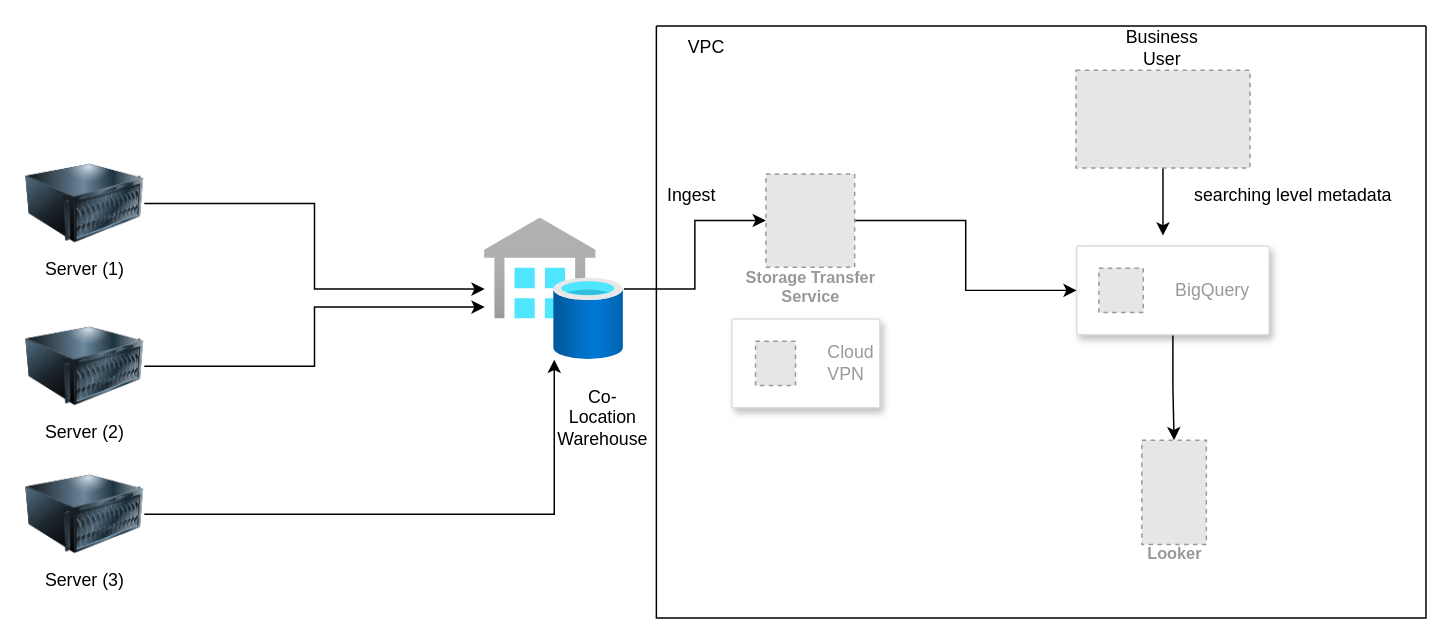
The draw.io diagram GCP_BSS.drawio in FaberioFio/test_azure, before the edit. Source tidied: cells renumbered, new cells numbered last; positions are measured from the earlier drawing's top-left corner, leaving out a move shared by most shapes. Both pictures are drawn from the tidied source at 148%, with x=0, y=0 at pixel (25, 25). Pictures stored in the file or linked from it are replaced by grey dashed boxes.
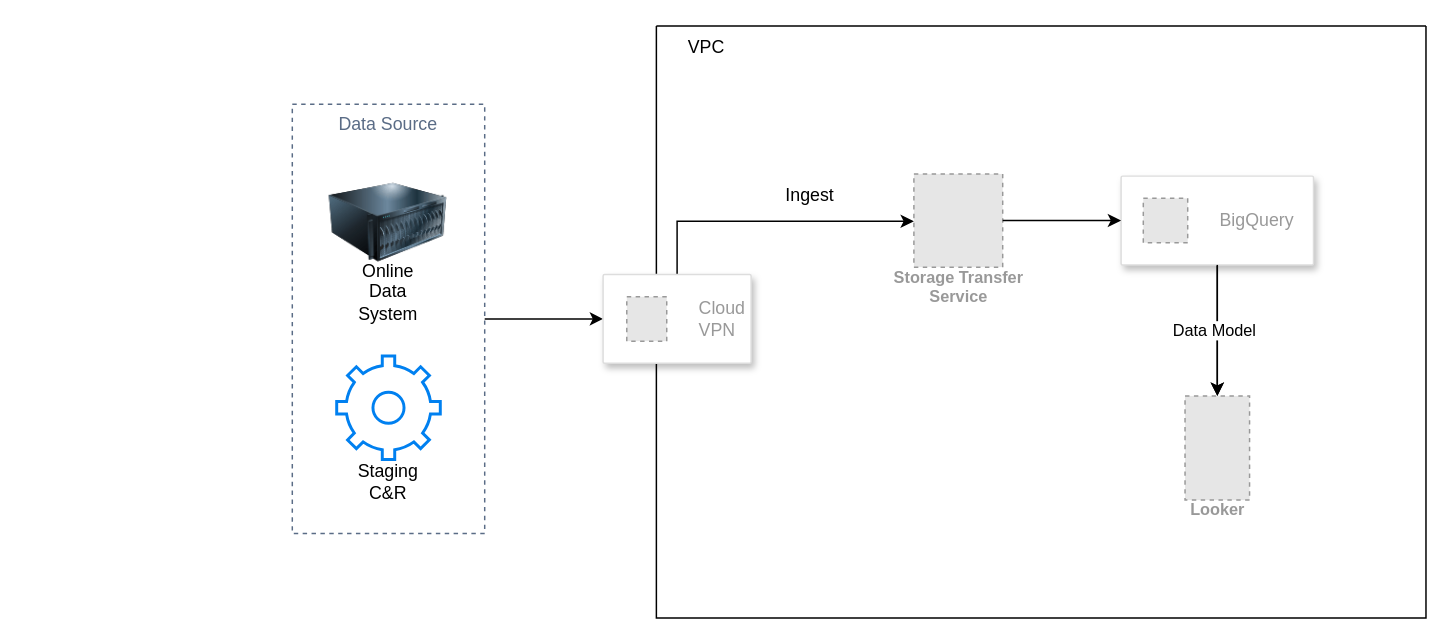
After the change.

Change to the diagram source:
```diff
@@
-    <mxCell id="2" style="group;" parent="1" vertex="1">
-      <mxGeometry y="80" width="80" height="100" as="geometry" />
-    </mxCell>
-    <mxCell id="3" style="image;html=1;image=img/lib/clip_art/computers/Server_128x128.png;" parent="2" vertex="1">
-      <mxGeometry width="80" height="80" as="geometry" />
-    </mxCell>
-    <mxCell id="4" value="Server (1)" style="text;html=1;align=center;verticalAlign=middle;whiteSpace=wrap;rounded=0;" parent="2" vertex="1">
-      <mxGeometry x="10" y="70" width="60" height="30" as="geometry" />
-    </mxCell>
-    <mxCell id="5" style="group;" parent="1" vertex="1">
-      <mxGeometry y="190" width="80" height="100" as="geometry" />
-    </mxCell>
-    <mxCell id="6" style="image;html=1;image=img/lib/clip_art/computers/Server_128x128.png;" parent="5" vertex="1">
-      <mxGeometry width="80" height="80" as="geometry" />
-    </mxCell>
-    <mxCell id="7" value="Server (2)" style="text;html=1;align=center;verticalAlign=middle;whiteSpace=wrap;rounded=0;" parent="5" vertex="1">
-      <mxGeometry x="10" y="70" width="60" height="30" as="geometry" />
-    </mxCell>
-    <mxCell id="8" style="group;" parent="1" vertex="1">
-      <mxGeometry y="290" width="80" height="100" as="geometry" />
-    </mxCell>
-    <mxCell id="9" style="image;html=1;image=img/lib/clip_art/computers/Server_128x128.png;" parent="8" vertex="1">
-      <mxGeometry width="80" height="80" as="geometry" />
-    </mxCell>
-    <mxCell id="10" value="Server (3)" style="text;html=1;align=center;verticalAlign=middle;whiteSpace=wrap;rounded=0;" parent="8" vertex="1">
-      <mxGeometry x="10" y="70" width="60" height="30" as="geometry" />
-    </mxCell>
-    <mxCell id="11" style="edgeStyle=orthogonalEdgeStyle;rounded=0;jettySize=auto;html=1;" parent="1" edge="1" source="12" target="26">
-      <mxGeometry relative="1" as="geometry" />
-    </mxCell>
-    <mxCell id="12" style="image;html=1;points=[];align=center;fontSize=12;image=img/lib/azure2/databases/SQL_Data_Warehouses.svg;" parent="1" vertex="1">
-      <mxGeometry x="310" y="130" width="94" height="95.5" as="geometry" />
-    </mxCell>
-    <mxCell id="13" style="edgeStyle=orthogonalEdgeStyle;rounded=0;jettySize=auto;html=1;entryX=0;entryY=0.628;entryDx=0;entryDy=0;entryPerimeter=0;" parent="1" edge="1" source="6" target="12">
-      <mxGeometry relative="1" as="geometry" />
-    </mxCell>
-    <mxCell id="14" style="edgeStyle=orthogonalEdgeStyle;rounded=0;jettySize=auto;html=1;" parent="1" edge="1" source="9" target="12">
-      <mxGeometry relative="1" as="geometry">
-        <Array as="points">
-          <mxPoint x="357" y="330" />
-        </Array>
-      </mxGeometry>
-    </mxCell>
-    <mxCell id="15" style="edgeStyle=orthogonalEdgeStyle;rounded=0;jettySize=auto;html=1;" parent="1" edge="1" source="3" target="12">
-      <mxGeometry relative="1" as="geometry" />
-    </mxCell>
-    <mxCell id="16" value="Co-Location Warehouse" style="text;html=1;align=center;verticalAlign=middle;whiteSpace=wrap;rounded=0;" parent="1" vertex="1">
-      <mxGeometry x="360" y="250" width="60" height="30" as="geometry" />
-    </mxCell>
-    <mxCell id="17" style="edgeStyle=orthogonalEdgeStyle;rounded=0;jettySize=auto;html=1;" parent="1" edge="1" source="18">
-      <mxGeometry relative="1" as="geometry">
-        <mxPoint x="768.3" y="141.7" as="targetPoint" />
-      </mxGeometry>
-    </mxCell>
-    <mxCell id="18" style="fillColor=#E6E6E6;strokeColor=#999999;dashed=1;verticalLabelPosition=bottom;labelBackgroundColor=default;verticalAlign=top;" parent="1" vertex="1">
-      <mxGeometry x="709.5" y="30" width="117.6" height="66" as="geometry" />
-    </mxCell>
-    <mxCell id="19" value="Business User" style="text;html=1;align=center;verticalAlign=middle;whiteSpace=wrap;rounded=0;" parent="1" vertex="1">
-      <mxGeometry x="738.3" width="60" height="30" as="geometry" />
-    </mxCell>
-    <mxCell id="20" value="Ingest" style="text;html=1;align=center;verticalAlign=middle;whiteSpace=wrap;rounded=0;" parent="1" vertex="1">
-      <mxGeometry x="420" y="100" width="60" height="30" as="geometry" />
-    </mxCell>
-    <mxCell id="21" value="searching level metadata" style="text;html=1;align=center;verticalAlign=middle;whiteSpace=wrap;rounded=0;" parent="1" vertex="1">
-      <mxGeometry x="767.1" y="100" width="178.9" height="30" as="geometry" />
-    </mxCell>
-    <mxCell id="22" style="edgeStyle=orthogonalEdgeStyle;rounded=0;jettySize=auto;html=1;" parent="1" edge="1" source="23" target="27">
-      <mxGeometry relative="1" as="geometry" />
-    </mxCell>
+    <mxCell id="30" style="swimlane;startSize=0;" parent="1" vertex="1">
+      <mxGeometry x="426" width="520" height="400" as="geometry" />
+    </mxCell>
+    <mxCell id="31" value="VPC" style="text;html=1;align=center;verticalAlign=middle;whiteSpace=wrap;rounded=0;" parent="30" vertex="1">
+      <mxGeometry x="4" width="60" height="30" as="geometry" />
+    </mxCell>
+    <mxCell id="32" style="edgeStyle=orthogonalEdgeStyle;rounded=0;jettySize=auto;html=1;" parent="30" edge="1" source="23" target="27">
+      <mxGeometry relative="1" as="geometry" />
+    </mxCell>
-    <mxCell id="23" style="strokeColor=#dddddd;shadow=1;strokeWidth=1;rounded=1;absoluteArcSize=1;arcSize=2;" parent="1" vertex="1">
-      <mxGeometry x="710" y="148.7" width="130" height="60" as="geometry" />
+    <mxCell id="23" style="strokeColor=#dddddd;shadow=1;strokeWidth=1;rounded=1;absoluteArcSize=1;arcSize=2;" parent="30" vertex="1">
+      <mxGeometry x="314" y="101.5" width="130" height="60" as="geometry" />
     </mxCell>
@@
+    <mxCell id="27" value="Looker" style="fillColor=#E6E6E6;strokeColor=#999999;dashed=1;html=1;verticalAlign=top;labelPosition=center;verticalLabelPosition=bottom;align=center;spacingTop=-6;fontSize=11;fontStyle=1;fontColor=#999999;" parent="30" vertex="1">
+      <mxGeometry x="357.2" y="250" width="43.6" height="70.4" as="geometry" />
+    </mxCell>
+    <mxCell id="22" style="edgeStyle=orthogonalEdgeStyle;rounded=0;jettySize=auto;html=1;" parent="30" edge="1" source="23">
+      <mxGeometry relative="1" as="geometry">
+        <mxPoint x="379" y="250" as="targetPoint" />
+      </mxGeometry>
+    </mxCell>
+    <mxCell id="33" value="Data Model" style="edgeLabel;html=1;align=center;verticalAlign=middle;" parent="22" vertex="1">
+      <mxGeometry x="-0.01" y="-2" relative="1" as="geometry">
+        <mxPoint x="-2" y="-2" as="offset" />
+      </mxGeometry>
+    </mxCell>
+    <mxCell id="26" value="Storage Transfer&#10;Service" style="fillColor=#E6E6E6;strokeColor=#999999;dashed=1;html=1;verticalAlign=top;labelPosition=center;verticalLabelPosition=bottom;align=center;spacingTop=-6;fontSize=11;fontStyle=1;fontColor=#999999;" parent="30" vertex="1">
+      <mxGeometry x="174" y="100" width="60" height="63" as="geometry" />
+    </mxCell>
-    <mxCell id="25" style="edgeStyle=orthogonalEdgeStyle;rounded=0;jettySize=auto;html=1;entryX=0;entryY=0.5;entryDx=0;entryDy=0;" parent="1" edge="1" source="26" target="23">
+    <mxCell id="25" style="edgeStyle=orthogonalEdgeStyle;rounded=0;jettySize=auto;html=1;entryX=0;entryY=0.5;entryDx=0;entryDy=0;" parent="30" edge="1" source="26" target="23">
       <mxGeometry relative="1" as="geometry" />
     </mxCell>
-    <mxCell id="26" value="Storage Transfer&#10;Service" style="fillColor=#E6E6E6;strokeColor=#999999;dashed=1;html=1;verticalAlign=top;labelPosition=center;verticalLabelPosition=bottom;align=center;spacingTop=-6;fontSize=11;fontStyle=1;fontColor=#999999;" parent="1" vertex="1">
-      <mxGeometry x="500" y="100" width="60" height="63" as="geometry" />
-    </mxCell>
-    <mxCell id="27" value="Looker" style="fillColor=#E6E6E6;strokeColor=#999999;dashed=1;html=1;verticalAlign=top;labelPosition=center;verticalLabelPosition=bottom;align=center;spacingTop=-6;fontSize=11;fontStyle=1;fontColor=#999999;" parent="1" vertex="1">
-      <mxGeometry x="754" y="280" width="43.6" height="70.4" as="geometry" />
-    </mxCell>
+    <mxCell id="20" value="Ingest" style="text;html=1;align=center;verticalAlign=middle;whiteSpace=wrap;rounded=0;" parent="30" vertex="1">
+      <mxGeometry x="74" y="100" width="60" height="30" as="geometry" />
+    </mxCell>
+    <mxCell id="34" style="group;" parent="1" vertex="1">
+      <mxGeometry x="180" y="53" width="130" height="290" as="geometry" />
+    </mxCell>
+    <mxCell id="35" style="group;" parent="34" vertex="1">
+      <mxGeometry x="25" y="40" width="105" height="250" as="geometry" />
+    </mxCell>
+    <mxCell id="36" style="image;html=1;image=img/lib/clip_art/computers/Server_128x128.png;" parent="35" vertex="1">
+      <mxGeometry width="80" height="80" as="geometry" />
+    </mxCell>
+    <mxCell id="37" value="Online Data System" style="text;html=1;align=center;verticalAlign=middle;whiteSpace=wrap;rounded=0;" parent="35" vertex="1">
+      <mxGeometry x="10" y="72" width="60" height="30" as="geometry" />
+    </mxCell>
+    <mxCell id="38" style="html=1;verticalLabelPosition=bottom;align=center;labelBackgroundColor=#ffffff;verticalAlign=top;strokeWidth=2;strokeColor=#0080F0;shadow=0;dashed=0;shape=mxgraph.ios7.icons.settings;" parent="35" vertex="1">
+      <mxGeometry x="5" y="130" width="70" height="70" as="geometry" />
+    </mxCell>
+    <mxCell id="39" value="Staging C&amp;amp;R" style="text;html=1;align=center;verticalAlign=middle;whiteSpace=wrap;rounded=0;" parent="35" vertex="1">
+      <mxGeometry x="10" y="200" width="60" height="30" as="geometry" />
+    </mxCell>
+    <mxCell id="40" value="Data Source" style="fillColor=none;strokeColor=#5A6C86;dashed=1;verticalAlign=top;fontStyle=0;fontColor=#5A6C86;whiteSpace=wrap;html=1;" parent="34" vertex="1">
+      <mxGeometry width="130" height="290" as="geometry" />
+    </mxCell>
+    <mxCell id="41" style="edgeStyle=orthogonalEdgeStyle;rounded=0;jettySize=auto;html=1;entryX=0;entryY=0.5;entryDx=0;entryDy=0;" parent="1" edge="1" source="40" target="28">
+      <mxGeometry relative="1" as="geometry" />
+    </mxCell>
+    <mxCell id="42" style="edgeStyle=orthogonalEdgeStyle;rounded=0;jettySize=auto;html=1;" parent="1" edge="1" target="28">
+      <mxGeometry relative="1" as="geometry">
+        <mxPoint x="429" y="202" as="sourcePoint" />
+      </mxGeometry>
+    </mxCell>
+    <mxCell id="43" style="edgeStyle=orthogonalEdgeStyle;rounded=0;jettySize=auto;html=1;" parent="1" edge="1" source="28" target="26">
+      <mxGeometry relative="1" as="geometry">
+        <Array as="points">
+          <mxPoint x="440" y="132" />
+        </Array>
+      </mxGeometry>
+    </mxCell>
     <mxCell id="28" style="strokeColor=#dddddd;shadow=1;strokeWidth=1;rounded=1;absoluteArcSize=1;arcSize=2;" parent="1" vertex="1">
-      <mxGeometry x="477" y="198" width="100" height="60" as="geometry" />
+      <mxGeometry x="390" y="168" width="100" height="60" as="geometry" />
     </mxCell>
@@
-    <mxCell id="30" style="swimlane;startSize=0;" parent="1" vertex="1">
-      <mxGeometry x="426" width="520" height="400" as="geometry" />
-    </mxCell>
-    <mxCell id="31" value="VPC" style="text;html=1;align=center;verticalAlign=middle;whiteSpace=wrap;rounded=0;" parent="30" vertex="1">
-      <mxGeometry x="4" width="60" height="30" as="geometry" />
-    </mxCell>
```
